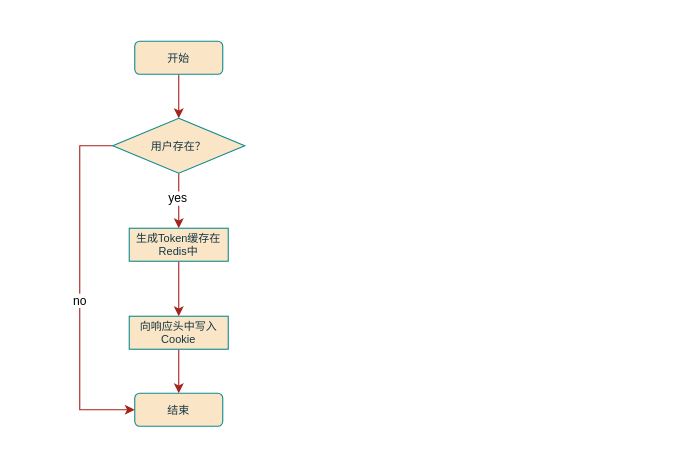
Before: 流程图/未命名绘图.drawio in AlpacaMe/Draft, a draw.io diagram. Source tidied: cells renumbered, new cells numbered last; positions are measured from the earlier drawing's top-left corner, leaving out a move shared by most shapes. Both pictures are drawn from the tidied source at 110%, with x=0, y=0 at pixel (79, 41).
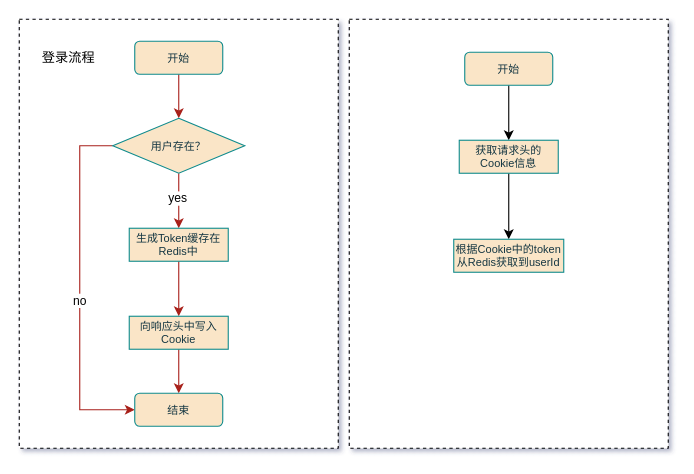
The same page after the edit.

Commit message:
更新未命名绘图.drawio

Diff of the diagram source:
```diff
@@
-<mxGraphModel>
+<mxGraphModel shadow="1">
@@
+    <mxCell id="14" style="rounded=0;whiteSpace=wrap;html=1;dashed=1;" parent="1" vertex="1">
+      <mxGeometry x="-55" y="-20" width="290" height="390" as="geometry" />
+    </mxCell>
@@
+    <mxCell id="15" value="登录流程" style="text;html=1;align=center;verticalAlign=middle;whiteSpace=wrap;rounded=0;" parent="1" vertex="1">
+      <mxGeometry x="-40" width="60" height="30" as="geometry" />
+    </mxCell>
+    <mxCell id="16" style="rounded=0;whiteSpace=wrap;html=1;dashed=1;" parent="1" vertex="1">
+      <mxGeometry x="245" y="-20" width="290" height="390" as="geometry" />
+    </mxCell>
+    <mxCell id="17" style="edgeStyle=orthogonalEdgeStyle;rounded=0;jettySize=auto;html=1;exitX=0.5;exitY=1;exitDx=0;exitDy=0;entryX=0.5;entryY=0;entryDx=0;entryDy=0;" parent="1" edge="1" source="18" target="20">
+      <mxGeometry relative="1" as="geometry" />
+    </mxCell>
+    <mxCell id="18" value="开始" style="rounded=1;whiteSpace=wrap;html=1;fontSize=10;labelBackgroundColor=none;fillColor=#FAE5C7;strokeColor=#0F8B8D;fontColor=#143642;" parent="1" vertex="1">
+      <mxGeometry x="350" y="10" width="80" height="30" as="geometry" />
+    </mxCell>
+    <mxCell id="19" style="edgeStyle=orthogonalEdgeStyle;rounded=0;jettySize=auto;html=1;exitX=0.5;exitY=1;exitDx=0;exitDy=0;entryX=0.5;entryY=0;entryDx=0;entryDy=0;" parent="1" edge="1" source="20" target="21">
+      <mxGeometry relative="1" as="geometry" />
+    </mxCell>
+    <mxCell id="20" value="获取请求头的Cookie信息" style="rounded=0;whiteSpace=wrap;html=1;fontSize=10;labelBackgroundColor=none;fillColor=#FAE5C7;strokeColor=#0F8B8D;fontColor=#143642;" parent="1" vertex="1">
+      <mxGeometry x="345" y="90" width="90" height="30" as="geometry" />
+    </mxCell>
+    <mxCell id="21" value="根据Cookie中的token从Redis获取到userId" style="rounded=0;whiteSpace=wrap;html=1;fontSize=10;labelBackgroundColor=none;fillColor=#FAE5C7;strokeColor=#0F8B8D;fontColor=#143642;" parent="1" vertex="1">
+      <mxGeometry x="340" y="180" width="100" height="30" as="geometry" />
+    </mxCell>
```
